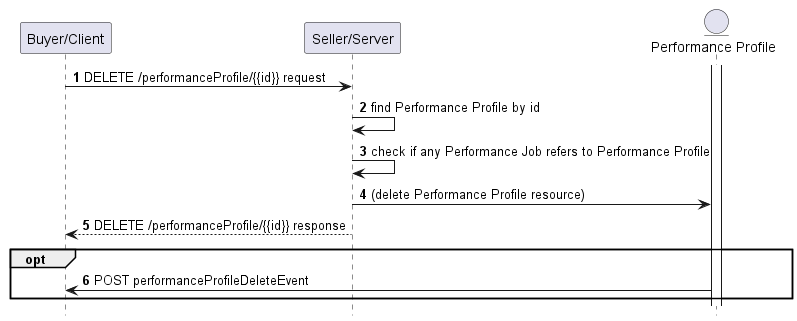
Above: documentation/serviceApi/pm/performance/media/useCase5DeleteFlow.png in MEF-GIT/MEF-LSO-Legato-SDK (PlantUML), before the change. Its diagram source:
```plantuml
@startuml useCase5DeleteFlow

hide footbox

participant "Buyer/Client" as B
participant "Seller/Server" as S


entity "Performance Profile" as PP
activate PP

autonumber

B -> S : DELETE /performanceProfile/{{id}} request

S -> S: find Performance Profile by id
S -> S: check if any Performance Job refers to Performance Profile

S -> PP: (delete Performance Profile resource)
S --> B: DELETE /performanceProfile/{{id}} response

opt
    PP -> B: POST performanceProfileDeleteEvent
end

@enduml
```
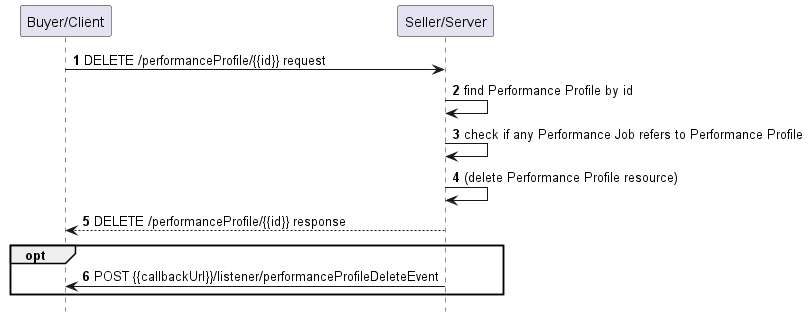
Above is the later version.

Change to the diagram source:
```diff
@@ -6,9 +6,6 @@
 participant "Seller/Server" as S
 
 
-entity "Performance Profile" as PP
-activate PP
-
 autonumber
 
 B -> S : DELETE /performanceProfile/{{id}} request
@@ -16,11 +13,12 @@
 S -> S: find Performance Profile by id
 S -> S: check if any Performance Job refers to Performance Profile
 
-S -> PP: (delete Performance Profile resource)
+S -> S: (delete Performance Profile resource)
+
 S --> B: DELETE /performanceProfile/{{id}} response
 
 opt
-    PP -> B: POST performanceProfileDeleteEvent
+    S -> B: POST {{callbackUrl}}/listener/performanceProfileDeleteEvent
 end
 
 @enduml
```
